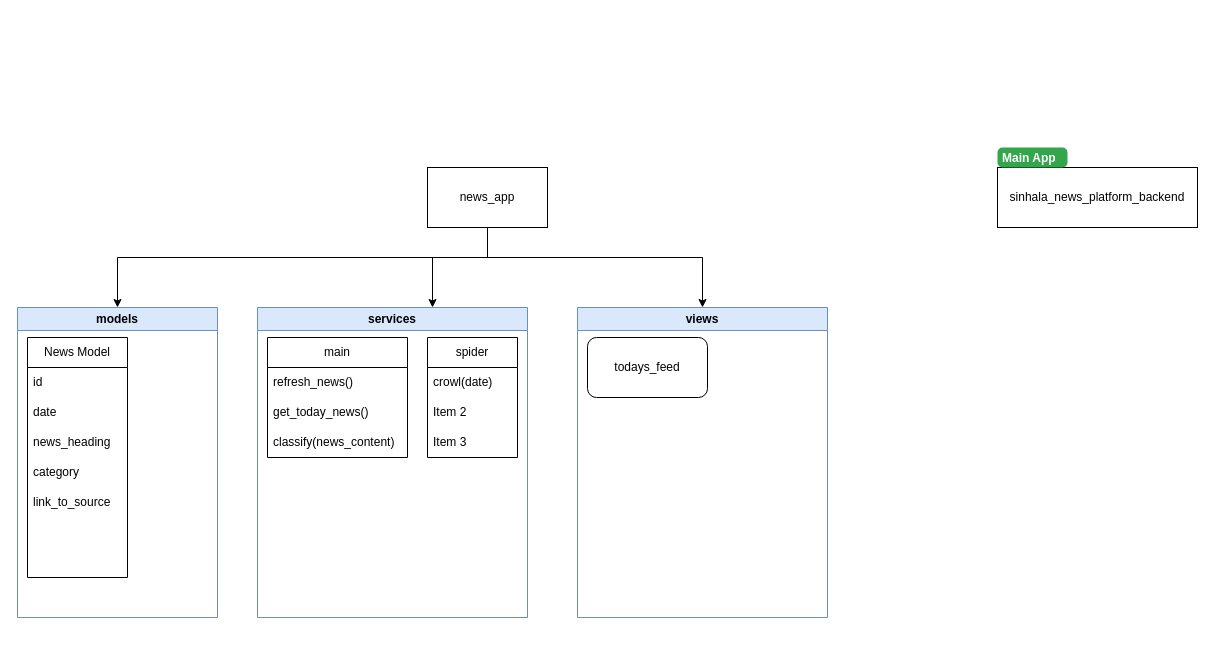
Earlier version of the draw.io diagram docs/app_structure.drawio (n256Coding/sinhala-news-platform). Source tidied: cells renumbered, new cells numbered last; positions are measured from the earlier drawing's top-left corner, leaving out a move shared by most shapes. Both pictures are drawn from the tidied source at 100%, with x=0, y=0 at pixel (17, 147).
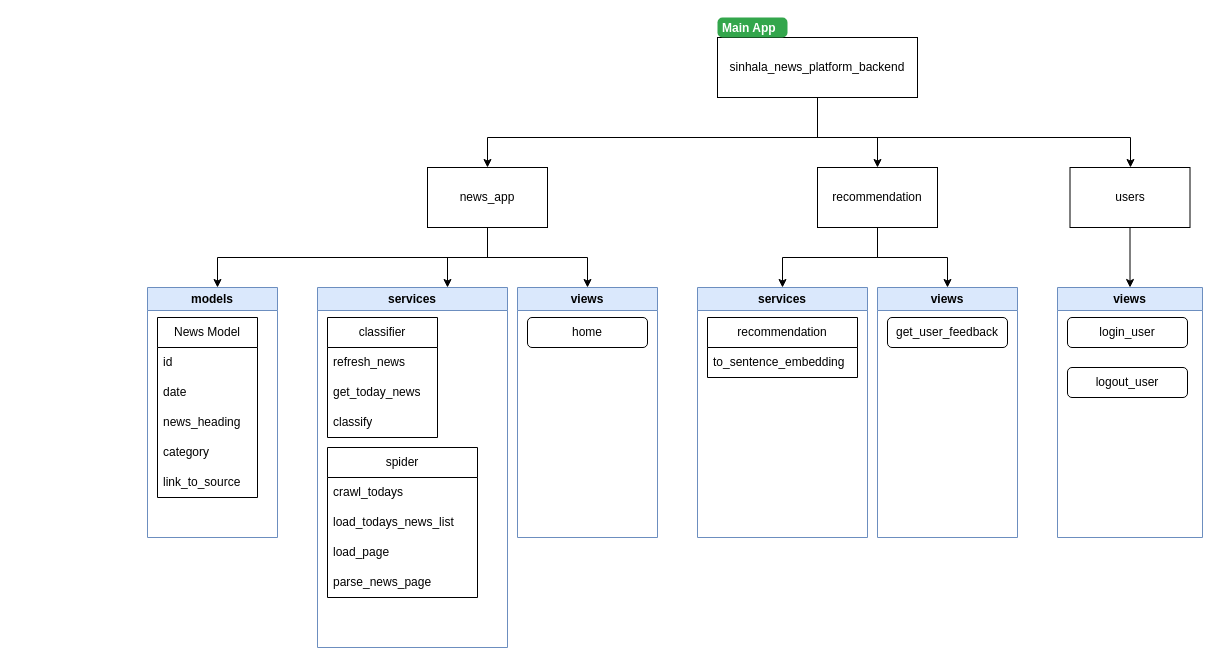
The same diagram, later.

Commit message:
updated app structure diagram

The change refers to these unchanged cells:
```xml
<mxCell id="5" value="news_app" style="rounded=0;whiteSpace=wrap;html=1;" parent="1" vertex="1">
  <mxGeometry x="410" y="20" width="120" height="60" as="geometry" />
</mxCell>
```

Change to the diagram source:
```diff
@@
     <mxCell id="2" style="edgeStyle=orthogonalEdgeStyle;html=1;rounded=0;" parent="1" edge="1" source="5" target="19">
       <mxGeometry relative="1" as="geometry">
         <Array as="points">
           <mxPoint x="470" y="110" />
-          <mxPoint x="100" y="110" />
+          <mxPoint x="200" y="110" />
         </Array>
       </mxGeometry>
     </mxCell>
     <mxCell id="3" style="edgeStyle=orthogonalEdgeStyle;rounded=0;html=1;" parent="1" edge="1" source="5" target="7">
       <mxGeometry relative="1" as="geometry">
         <Array as="points">
           <mxPoint x="470" y="110" />
-          <mxPoint x="415" y="110" />
+          <mxPoint x="430" y="110" />
         </Array>
       </mxGeometry>
     </mxCell>
     <mxCell id="4" style="edgeStyle=orthogonalEdgeStyle;rounded=0;html=1;fontSize=12;" parent="1" edge="1" source="5" target="16">
       <mxGeometry relative="1" as="geometry">
         <Array as="points">
           <mxPoint x="470" y="110" />
-          <mxPoint x="685" y="110" />
+          <mxPoint x="570" y="110" />
         </Array>
       </mxGeometry>
     </mxCell>
@@
-    <mxCell id="6" value="sinhala_news_platform_backend" style="rounded=0;whiteSpace=wrap;html=1;" parent="1" vertex="1">
-      <mxGeometry x="980" y="20" width="200" height="60" as="geometry" />
-    </mxCell>
     <mxCell id="7" value="services" style="swimlane;whiteSpace=wrap;html=1;fillColor=#dae8fc;strokeColor=#6c8ebf;" parent="1" vertex="1">
-      <mxGeometry x="240" y="160" width="270" height="310" as="geometry" />
+      <mxGeometry x="300" y="140" width="190" height="360" as="geometry" />
     </mxCell>
     <mxCell id="8" value="spider" style="swimlane;fontStyle=0;horizontal=1;startSize=30;whiteSpace=wrap;html=1;" parent="7" vertex="1">
-      <mxGeometry x="170" y="30" width="90" height="120" as="geometry" />
+      <mxGeometry x="10" y="160" width="150" height="150" as="geometry" />
     </mxCell>
-    <mxCell id="9" value="crowl(date)" style="text;strokeColor=none;fillColor=none;align=left;verticalAlign=middle;spacingLeft=4;spacingRight=4;overflow=hidden;whiteSpace=wrap;html=1;" parent="8" vertex="1">
-      <mxGeometry y="30" width="90" height="30" as="geometry" />
+    <mxCell id="9" value="crawl_todays" style="text;strokeColor=none;fillColor=none;align=left;verticalAlign=middle;spacingLeft=4;spacingRight=4;overflow=hidden;whiteSpace=wrap;html=1;" parent="8" vertex="1">
+      <mxGeometry y="30" width="150" height="30" as="geometry" />
     </mxCell>
-    <mxCell id="10" value="Item 2" style="text;strokeColor=none;fillColor=none;align=left;verticalAlign=middle;spacingLeft=4;spacingRight=4;overflow=hidden;whiteSpace=wrap;html=1;" parent="8" vertex="1">
-      <mxGeometry y="60" width="90" height="30" as="geometry" />
-    </mxCell>
-    <mxCell id="11" value="Item 3" style="text;strokeColor=none;fillColor=none;align=left;verticalAlign=middle;spacingLeft=4;spacingRight=4;overflow=hidden;whiteSpace=wrap;html=1;" parent="8" vertex="1">
-      <mxGeometry y="90" width="90" height="30" as="geometry" />
-    </mxCell>
+    <mxCell id="28" value="load_todays_news_list" style="text;strokeColor=none;fillColor=none;align=left;verticalAlign=middle;spacingLeft=4;spacingRight=4;overflow=hidden;whiteSpace=wrap;html=1;" parent="8" vertex="1">
+      <mxGeometry y="60" width="150" height="30" as="geometry" />
+    </mxCell>
+    <mxCell id="29" value="load_page" style="text;strokeColor=none;fillColor=none;align=left;verticalAlign=middle;spacingLeft=4;spacingRight=4;overflow=hidden;whiteSpace=wrap;html=1;" parent="8" vertex="1">
+      <mxGeometry y="90" width="150" height="30" as="geometry" />
+    </mxCell>
+    <mxCell id="30" value="parse_news_page" style="text;strokeColor=none;fillColor=none;align=left;verticalAlign=middle;spacingLeft=4;spacingRight=4;overflow=hidden;whiteSpace=wrap;html=1;" parent="8" vertex="1">
+      <mxGeometry y="120" width="150" height="30" as="geometry" />
+    </mxCell>
-    <mxCell id="12" value="main" style="swimlane;fontStyle=0;horizontal=1;startSize=30;whiteSpace=wrap;html=1;" parent="7" vertex="1">
-      <mxGeometry x="10" y="30" width="140" height="120" as="geometry" />
+    <mxCell id="12" value="classifier" style="swimlane;fontStyle=0;horizontal=1;startSize=30;whiteSpace=wrap;html=1;" parent="7" vertex="1">
+      <mxGeometry x="10" y="30" width="110" height="120" as="geometry" />
     </mxCell>
-    <mxCell id="13" value="refresh_news()" style="text;strokeColor=none;fillColor=none;align=left;verticalAlign=middle;spacingLeft=4;spacingRight=4;overflow=hidden;whiteSpace=wrap;html=1;" parent="12" vertex="1">
-      <mxGeometry y="30" width="140" height="30" as="geometry" />
+    <mxCell id="13" value="refresh_news" style="text;strokeColor=none;fillColor=none;align=left;verticalAlign=middle;spacingLeft=4;spacingRight=4;overflow=hidden;whiteSpace=wrap;html=1;" parent="12" vertex="1">
+      <mxGeometry y="30" width="110" height="30" as="geometry" />
     </mxCell>
-    <mxCell id="14" value="get_today_news()" style="text;strokeColor=none;fillColor=none;align=left;verticalAlign=middle;spacingLeft=4;spacingRight=4;overflow=hidden;whiteSpace=wrap;html=1;" parent="12" vertex="1">
-      <mxGeometry y="60" width="140" height="30" as="geometry" />
+    <mxCell id="14" value="get_today_news" style="text;strokeColor=none;fillColor=none;align=left;verticalAlign=middle;spacingLeft=4;spacingRight=4;overflow=hidden;whiteSpace=wrap;html=1;" parent="12" vertex="1">
+      <mxGeometry y="60" width="110" height="30" as="geometry" />
     </mxCell>
-    <mxCell id="15" value="classify(news_content)" style="text;strokeColor=none;fillColor=none;align=left;verticalAlign=middle;spacingLeft=4;spacingRight=4;overflow=hidden;whiteSpace=wrap;html=1;" parent="12" vertex="1">
-      <mxGeometry y="90" width="140" height="30" as="geometry" />
+    <mxCell id="15" value="classify" style="text;strokeColor=none;fillColor=none;align=left;verticalAlign=middle;spacingLeft=4;spacingRight=4;overflow=hidden;whiteSpace=wrap;html=1;" parent="12" vertex="1">
+      <mxGeometry y="90" width="110" height="30" as="geometry" />
     </mxCell>
     <mxCell id="16" value="views" style="swimlane;whiteSpace=wrap;html=1;fillColor=#dae8fc;strokeColor=#6c8ebf;" parent="1" vertex="1">
-      <mxGeometry x="560" y="160" width="250" height="310" as="geometry" />
+      <mxGeometry x="500" y="140" width="140" height="250" as="geometry" />
     </mxCell>
-    <mxCell id="17" value="todays_feed" style="rounded=1;whiteSpace=wrap;html=1;fontSize=12;" parent="16" vertex="1">
-      <mxGeometry x="10" y="30" width="120" height="60" as="geometry" />
+    <mxCell id="17" value="home" style="rounded=1;whiteSpace=wrap;html=1;fontSize=12;" parent="16" vertex="1">
+      <mxGeometry x="10" y="30" width="120" height="30" as="geometry" />
     </mxCell>
-    <mxCell id="18" value="&lt;font style=&quot;font-size: 12px;&quot;&gt;Main App&lt;/font&gt;" style="html=1;shadow=0;dashed=0;shape=mxgraph.bootstrap.rrect;rSize=5;strokeColor=none;strokeWidth=1;fillColor=#33A64C;fontColor=#FFFFFF;whiteSpace=wrap;align=left;verticalAlign=middle;spacingLeft=0;fontStyle=1;fontSize=14;spacing=5;" parent="1" vertex="1">
-      <mxGeometry x="980" width="70" height="20" as="geometry" />
-    </mxCell>
     <mxCell id="19" value="models" style="swimlane;whiteSpace=wrap;html=1;fontSize=12;fillColor=#dae8fc;strokeColor=#6c8ebf;" parent="1" vertex="1">
-      <mxGeometry y="160" width="200" height="310" as="geometry" />
+      <mxGeometry x="130" y="140" width="130" height="250" as="geometry" />
     </mxCell>
     <mxCell id="20" value="News Model" style="swimlane;fontStyle=0;horizontal=1;startSize=30;whiteSpace=wrap;html=1;" parent="19" vertex="1">
-      <mxGeometry x="10" y="30" width="100" height="240" as="geometry" />
+      <mxGeometry x="10" y="30" width="100" height="180" as="geometry" />
     </mxCell>
@@
-    <mxCell id="26" style="text;strokeColor=none;fillColor=none;align=left;verticalAlign=middle;spacingLeft=4;spacingRight=4;overflow=hidden;whiteSpace=wrap;html=1;" parent="20" vertex="1">
-      <mxGeometry y="180" width="100" height="30" as="geometry" />
-    </mxCell>
-    <mxCell id="27" style="text;strokeColor=none;fillColor=none;align=left;verticalAlign=middle;spacingLeft=4;spacingRight=4;overflow=hidden;whiteSpace=wrap;html=1;" parent="20" vertex="1">
-      <mxGeometry y="210" width="100" height="30" as="geometry" />
-    </mxCell>
+    <mxCell id="31" style="edgeStyle=orthogonalEdgeStyle;html=1;rounded=0;" parent="1" edge="1" source="33" target="34">
+      <mxGeometry relative="1" as="geometry">
+        <Array as="points">
+          <mxPoint x="860" y="110" />
+          <mxPoint x="765" y="110" />
+        </Array>
+      </mxGeometry>
+    </mxCell>
+    <mxCell id="32" style="edgeStyle=orthogonalEdgeStyle;rounded=0;html=1;" parent="1" edge="1" source="33" target="38">
+      <mxGeometry relative="1" as="geometry" />
+    </mxCell>
+    <mxCell id="33" value="recommendation" style="rounded=0;whiteSpace=wrap;html=1;" parent="1" vertex="1">
+      <mxGeometry x="800" y="20" width="120" height="60" as="geometry" />
+    </mxCell>
+    <mxCell id="34" value="services" style="swimlane;whiteSpace=wrap;html=1;fillColor=#dae8fc;strokeColor=#6c8ebf;" parent="1" vertex="1">
+      <mxGeometry x="680" y="140" width="170" height="250" as="geometry" />
+    </mxCell>
+    <mxCell id="35" value="recommendation" style="swimlane;fontStyle=0;horizontal=1;startSize=30;whiteSpace=wrap;html=1;" parent="34" vertex="1">
+      <mxGeometry x="10" y="30" width="150" height="60" as="geometry" />
+    </mxCell>
+    <mxCell id="36" value="to_sentence_embedding" style="text;strokeColor=none;fillColor=none;align=left;verticalAlign=middle;spacingLeft=4;spacingRight=4;overflow=hidden;whiteSpace=wrap;html=1;" parent="35" vertex="1">
+      <mxGeometry y="30" width="150" height="30" as="geometry" />
+    </mxCell>
+    <mxCell id="37" style="group;" parent="1" vertex="1">
+      <mxGeometry x="700" y="-130" width="200" height="80" as="geometry" />
+    </mxCell>
+    <mxCell id="6" value="sinhala_news_platform_backend" style="rounded=0;whiteSpace=wrap;html=1;" parent="37" vertex="1">
+      <mxGeometry y="20" width="200" height="60" as="geometry" />
+    </mxCell>
+    <mxCell id="18" value="&lt;font style=&quot;font-size: 12px;&quot;&gt;Main App&lt;/font&gt;" style="html=1;shadow=0;dashed=0;shape=mxgraph.bootstrap.rrect;rSize=5;strokeColor=none;strokeWidth=1;fillColor=#33A64C;fontColor=#FFFFFF;whiteSpace=wrap;align=left;verticalAlign=middle;spacingLeft=0;fontStyle=1;fontSize=14;spacing=5;" parent="37" vertex="1">
+      <mxGeometry width="70" height="20" as="geometry" />
+    </mxCell>
+    <mxCell id="38" value="views" style="swimlane;whiteSpace=wrap;html=1;fillColor=#dae8fc;strokeColor=#6c8ebf;" parent="1" vertex="1">
+      <mxGeometry x="860" y="140" width="140" height="250" as="geometry" />
+    </mxCell>
+    <mxCell id="39" value="&lt;div style=&quot;line-height: 17px;&quot;&gt;get_user_feedback&lt;/div&gt;" style="rounded=1;whiteSpace=wrap;html=1;fontSize=12;" parent="38" vertex="1">
+      <mxGeometry x="10" y="30" width="120" height="30" as="geometry" />
+    </mxCell>
+    <mxCell id="40" style="edgeStyle=orthogonalEdgeStyle;rounded=0;html=1;" parent="1" edge="1" source="6" target="5">
+      <mxGeometry relative="1" as="geometry">
+        <Array as="points">
+          <mxPoint x="800" y="-10" />
+          <mxPoint x="470" y="-10" />
+        </Array>
+      </mxGeometry>
+    </mxCell>
+    <mxCell id="41" style="edgeStyle=orthogonalEdgeStyle;rounded=0;html=1;" parent="1" edge="1" source="6" target="33">
+      <mxGeometry relative="1" as="geometry">
+        <Array as="points">
+          <mxPoint x="800" y="-10" />
+          <mxPoint x="860" y="-10" />
+        </Array>
+      </mxGeometry>
+    </mxCell>
+    <mxCell id="42" style="edgeStyle=orthogonalEdgeStyle;rounded=0;html=1;" parent="1" edge="1" source="43" target="44">
+      <mxGeometry relative="1" as="geometry" />
+    </mxCell>
+    <mxCell id="43" value="users" style="rounded=0;whiteSpace=wrap;html=1;" parent="1" vertex="1">
+      <mxGeometry x="1052.5" y="20" width="120" height="60" as="geometry" />
+    </mxCell>
+    <mxCell id="44" value="views" style="swimlane;whiteSpace=wrap;html=1;fillColor=#dae8fc;strokeColor=#6c8ebf;" parent="1" vertex="1">
+      <mxGeometry x="1040" y="140" width="145" height="250" as="geometry" />
+    </mxCell>
+    <mxCell id="45" value="&lt;div style=&quot;line-height: 17px;&quot;&gt;login_user&lt;/div&gt;" style="rounded=1;whiteSpace=wrap;html=1;fontSize=12;" parent="44" vertex="1">
+      <mxGeometry x="10" y="30" width="120" height="30" as="geometry" />
+    </mxCell>
+    <mxCell id="46" value="&lt;div style=&quot;line-height: 17px;&quot;&gt;logout_user&lt;/div&gt;" style="rounded=1;whiteSpace=wrap;html=1;fontSize=12;" parent="44" vertex="1">
+      <mxGeometry x="10" y="80" width="120" height="30" as="geometry" />
+    </mxCell>
+    <mxCell id="47" style="edgeStyle=orthogonalEdgeStyle;rounded=0;html=1;" parent="1" edge="1" source="6" target="43">
+      <mxGeometry relative="1" as="geometry">
+        <Array as="points">
+          <mxPoint x="800" y="-10" />
+          <mxPoint x="1113" y="-10" />
+        </Array>
+      </mxGeometry>
+    </mxCell>
```
